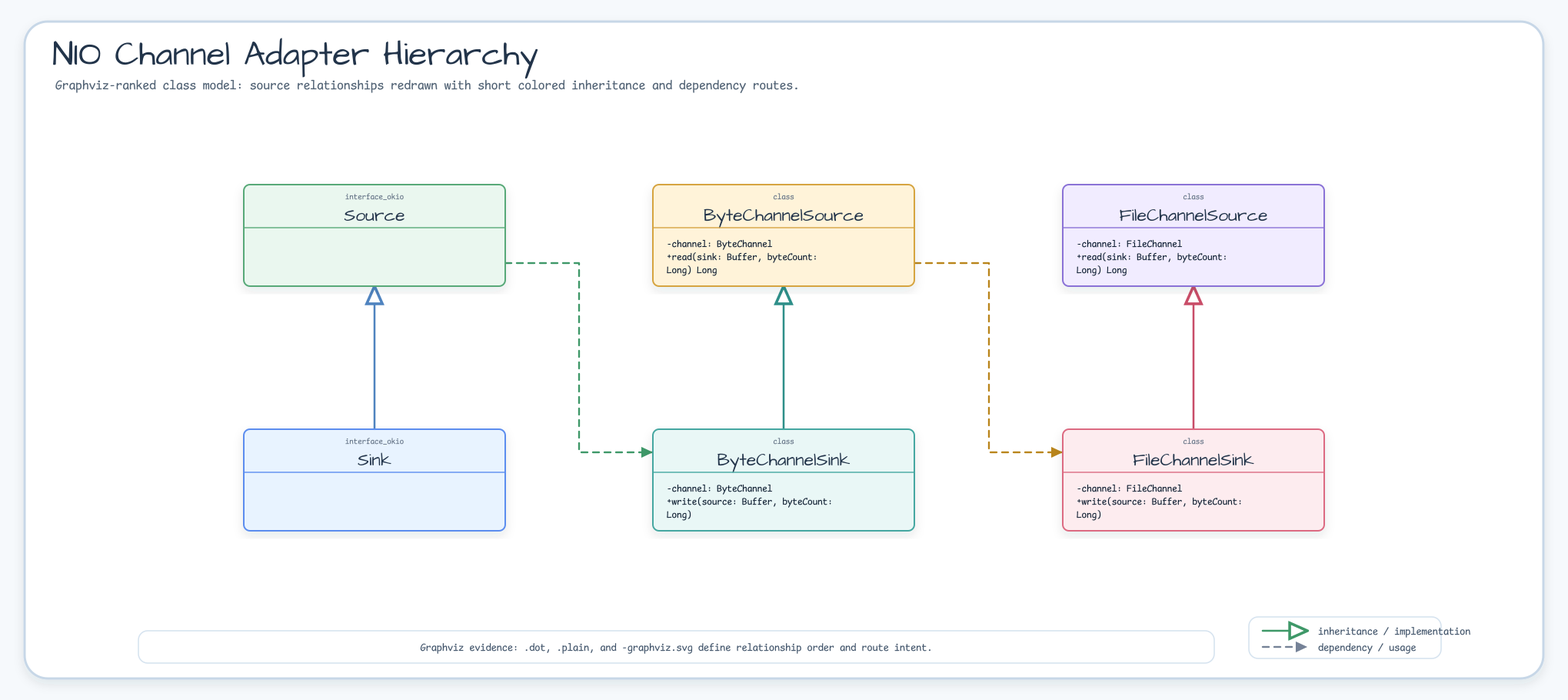
The Graphviz diagram docs/images/readme-diagrams/io-okio-diagram-02.png in bluetape4k/bluetape4k-projects, before a commit. Its source is kept beside it as docs/images/readme-diagrams/io-okio-diagram-02.dot.
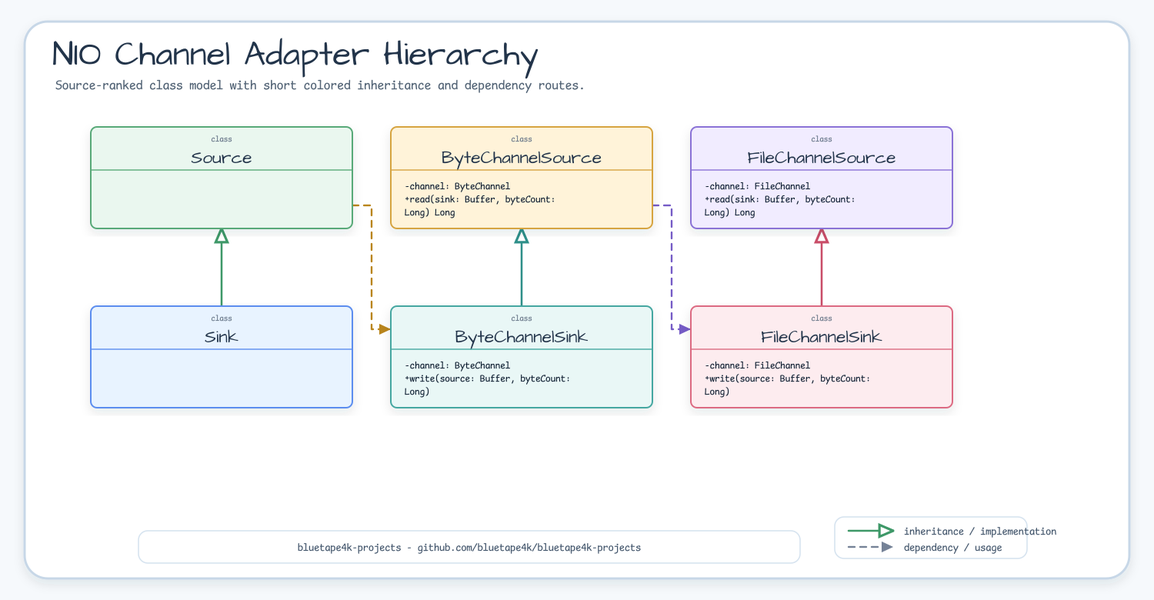
After the commit.

Diff of the diagram source:
```diff
@@ -8,9 +8,9 @@
   ByteChannelSource [label="ByteChannelSource", fillcolor="#FFF3D9", color="#D6A441"];
   FileChannelSink [label="FileChannelSink", fillcolor="#FDECEF", color="#DC6B82"];
   FileChannelSource [label="FileChannelSource", fillcolor="#F1ECFF", color="#8A72D6"];
-  Source -> Sink [color="#4F83BF", fontcolor="#4F83BF", style="solid", arrowhead="none", weight=10];
-  Source -> ByteChannelSink [color="#3E9868", fontcolor="#3E9868", style="dashed", arrowhead="none", weight=2];
+  Source -> Sink [color="#3E9868", fontcolor="#3E9868", style="solid", arrowhead="none", weight=10];
+  Source -> ByteChannelSink [color="#B9851B", fontcolor="#B9851B", style="dashed", arrowhead="none", weight=2];
   ByteChannelSource -> ByteChannelSink [color="#2E8F89", fontcolor="#2E8F89", style="solid", arrowhead="none", weight=10];
-  ByteChannelSource -> FileChannelSink [color="#B9851B", fontcolor="#B9851B", style="dashed", arrowhead="none", weight=2];
+  ByteChannelSource -> FileChannelSink [color="#755BC6", fontcolor="#755BC6", style="dashed", arrowhead="none", weight=2];
   FileChannelSource -> FileChannelSink [color="#C94D68", fontcolor="#C94D68", style="solid", arrowhead="none", weight=10];
 }
```
